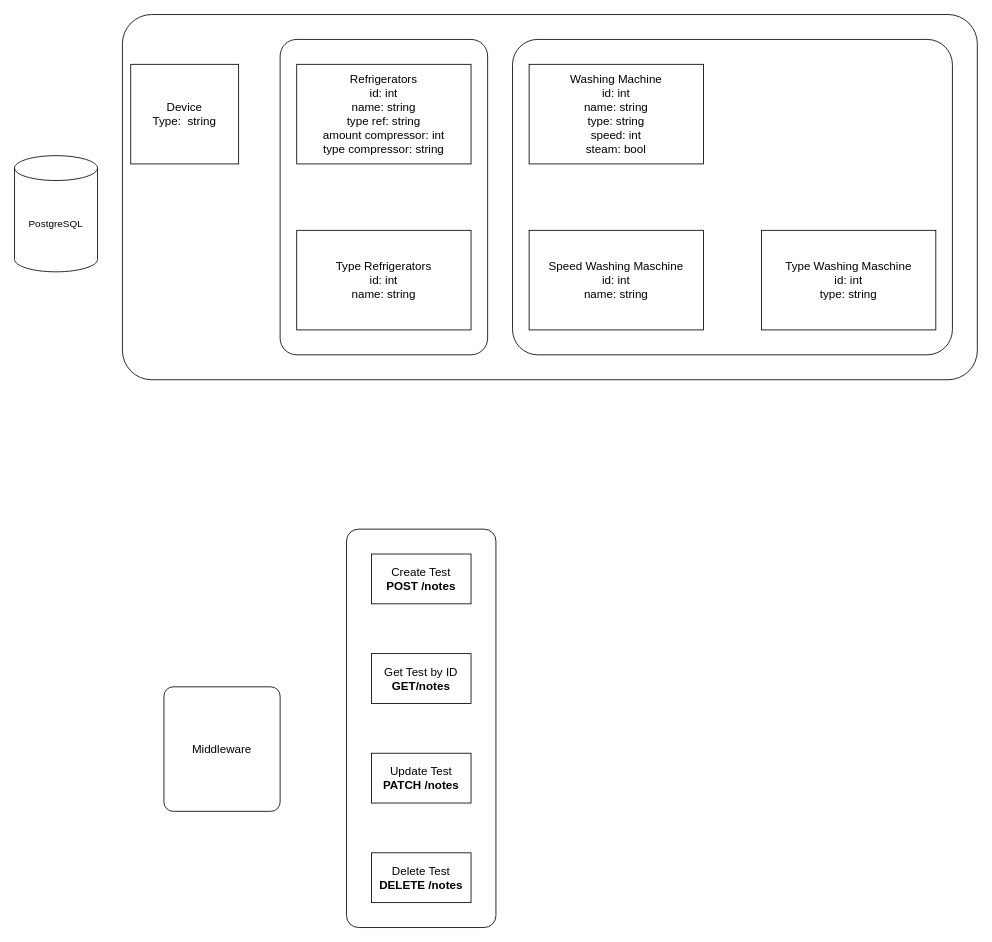
lattecoff/hhapp_testing keeps this draw.io diagram as page "Architecture" (1 of 2) of doc/diagrams.drawio. Above is the earlier version. Source tidied: cells renumbered, new cells numbered last; positions are measured from the earlier drawing's top-left corner, leaving out a move shared by most shapes. Both pictures are drawn from the tidied source at 83%, with x=0, y=0 at pixel (14, 14).
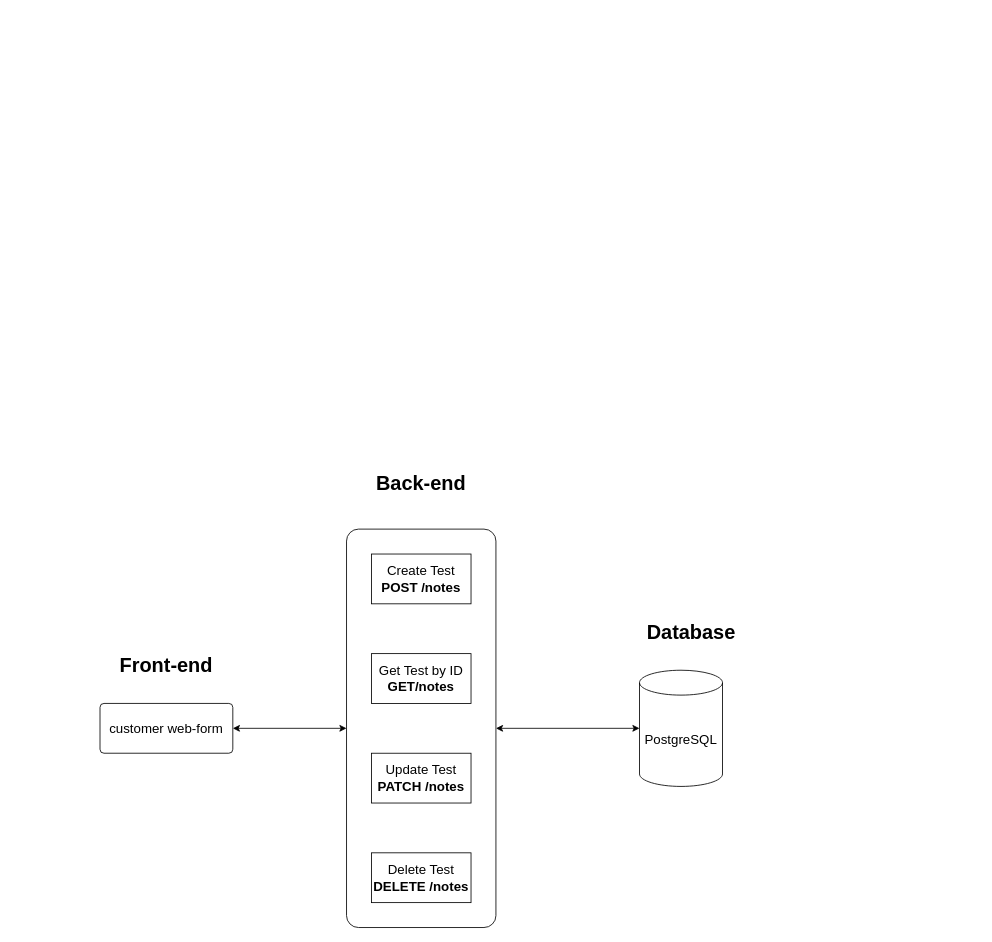
Above is the later version.

Commit message:
Redesign architecture.

Change to the diagram source:
```diff
@@
 <mxGraphModel>
   <root>
     <mxCell id="0" />
     <mxCell id="1" parent="0" />
-    <mxCell id="2" style="rounded=1;whiteSpace=wrap;html=1;fillOpacity=100;arcSize=8;" parent="1" vertex="1">
-      <mxGeometry x="130" width="1030" height="440" as="geometry" />
-    </mxCell>
-    <mxCell id="3" style="rounded=1;whiteSpace=wrap;html=1;arcSize=8;" parent="1" vertex="1">
-      <mxGeometry x="600" y="30" width="530" height="380" as="geometry" />
-    </mxCell>
-    <mxCell id="4" style="rounded=1;whiteSpace=wrap;html=1;arcSize=8;" parent="1" vertex="1">
-      <mxGeometry x="320" y="30" width="250" height="380" as="geometry" />
-    </mxCell>
-    <mxCell id="5" style="rounded=1;whiteSpace=wrap;html=1;arcSize=8;" parent="1" vertex="1">
-      <mxGeometry x="400" y="620" width="180" height="480" as="geometry" />
-    </mxCell>
+    <mxCell id="18" style="rounded=1;whiteSpace=wrap;html=1;arcSize=8;fontSize=16;" parent="1" vertex="1">
+      <mxGeometry x="400" y="620" width="180" height="480" as="geometry" />
+    </mxCell>
-    <mxCell id="6" value="&lt;div style=&quot;font-size: 14px;&quot;&gt;Create Test&lt;/div&gt;&lt;div style=&quot;font-size: 14px;&quot;&gt;&lt;b&gt;POST /notes&lt;/b&gt;&lt;br style=&quot;font-size: 14px;&quot;&gt;&lt;/div&gt;" style="rounded=0;whiteSpace=wrap;html=1;fontSize=14;" parent="1" vertex="1">
+    <mxCell id="6" value="&lt;div style=&quot;font-size: 16px;&quot;&gt;Create Test&lt;/div&gt;&lt;div style=&quot;font-size: 16px;&quot;&gt;&lt;b style=&quot;font-size: 16px;&quot;&gt;POST /notes&lt;/b&gt;&lt;br style=&quot;font-size: 16px;&quot;&gt;&lt;/div&gt;" style="rounded=0;whiteSpace=wrap;html=1;fontSize=16;" parent="1" vertex="1">
       <mxGeometry x="430" y="650" width="120" height="60" as="geometry" />
     </mxCell>
-    <mxCell id="7" value="&lt;div style=&quot;font-size: 14px;&quot;&gt;Get Test by ID&lt;/div&gt;&lt;div style=&quot;font-size: 14px;&quot;&gt;&lt;b&gt;GET/notes&lt;/b&gt;&lt;br style=&quot;font-size: 14px;&quot;&gt;&lt;/div&gt;" style="rounded=0;whiteSpace=wrap;html=1;fontSize=14;" parent="1" vertex="1">
+    <mxCell id="7" value="&lt;div style=&quot;font-size: 16px;&quot;&gt;Get Test by ID&lt;/div&gt;&lt;div style=&quot;font-size: 16px;&quot;&gt;&lt;b style=&quot;font-size: 16px;&quot;&gt;GET/notes&lt;/b&gt;&lt;br style=&quot;font-size: 16px;&quot;&gt;&lt;/div&gt;" style="rounded=0;whiteSpace=wrap;html=1;fontSize=16;" parent="1" vertex="1">
       <mxGeometry x="430" y="770" width="120" height="60" as="geometry" />
     </mxCell>
-    <mxCell id="8" value="&lt;div style=&quot;font-size: 14px;&quot;&gt;Update Test&lt;/div&gt;&lt;div style=&quot;font-size: 14px;&quot;&gt;&lt;b&gt;PATCH /notes&lt;/b&gt;&lt;br style=&quot;font-size: 14px;&quot;&gt;&lt;/div&gt;" style="rounded=0;whiteSpace=wrap;html=1;fontSize=14;" parent="1" vertex="1">
+    <mxCell id="8" value="&lt;div style=&quot;font-size: 16px;&quot;&gt;Update Test&lt;/div&gt;&lt;div style=&quot;font-size: 16px;&quot;&gt;&lt;b style=&quot;font-size: 16px;&quot;&gt;PATCH /notes&lt;/b&gt;&lt;br style=&quot;font-size: 16px;&quot;&gt;&lt;/div&gt;" style="rounded=0;whiteSpace=wrap;html=1;fontSize=16;" parent="1" vertex="1">
       <mxGeometry x="430" y="890" width="120" height="60" as="geometry" />
     </mxCell>
-    <mxCell id="9" value="&lt;div style=&quot;font-size: 14px;&quot;&gt;Delete Test&lt;/div&gt;&lt;div style=&quot;font-size: 14px;&quot;&gt;&lt;b&gt;DELETE /notes&lt;/b&gt;&lt;br style=&quot;font-size: 14px;&quot;&gt;&lt;/div&gt;" style="rounded=0;whiteSpace=wrap;html=1;fontSize=14;" parent="1" vertex="1">
+    <mxCell id="9" value="&lt;div style=&quot;font-size: 16px;&quot;&gt;Delete Test&lt;/div&gt;&lt;div style=&quot;font-size: 16px;&quot;&gt;&lt;b style=&quot;font-size: 16px;&quot;&gt;DELETE /notes&lt;/b&gt;&lt;br style=&quot;font-size: 16px;&quot;&gt;&lt;/div&gt;" style="rounded=0;whiteSpace=wrap;html=1;fontSize=16;" parent="1" vertex="1">
       <mxGeometry x="430" y="1010" width="120" height="60" as="geometry" />
     </mxCell>
-    <mxCell id="10" value="&lt;font style=&quot;font-size: 14px;&quot;&gt;Middleware&lt;/font&gt;" style="rounded=1;whiteSpace=wrap;html=1;arcSize=8;" parent="1" vertex="1">
-      <mxGeometry x="180" y="810" width="140" height="150" as="geometry" />
-    </mxCell>
-    <mxCell id="11" value="PostgreSQL" style="shape=cylinder3;whiteSpace=wrap;html=1;boundedLbl=1;backgroundOutline=1;size=15;" parent="1" vertex="1">
-      <mxGeometry y="170" width="100" height="140" as="geometry" />
+    <mxCell id="11" value="PostgreSQL" style="shape=cylinder3;whiteSpace=wrap;html=1;boundedLbl=1;backgroundOutline=1;size=15;fontSize=16;" parent="1" vertex="1">
+      <mxGeometry x="753" y="790" width="100" height="140" as="geometry" />
     </mxCell>
-    <mxCell id="12" value="&lt;div&gt;Device&lt;/div&gt;&lt;div&gt;Type:&amp;nbsp; string&lt;br&gt;&lt;/div&gt;" style="rounded=0;whiteSpace=wrap;html=1;fontSize=14;" parent="1" vertex="1">
-      <mxGeometry x="140" y="60" width="130" height="120" as="geometry" />
-    </mxCell>
-    <mxCell id="13" value="&lt;div&gt;Refrigerators&lt;/div&gt;&lt;div&gt;id: int&lt;/div&gt;&lt;div&gt;name: string&lt;/div&gt;&lt;div&gt;type ref: string&lt;br&gt;&lt;/div&gt;&lt;div&gt;amount compressor: int&lt;/div&gt;&lt;div&gt;type compressor: string&lt;br&gt;&lt;/div&gt;" style="rounded=0;whiteSpace=wrap;html=1;fontSize=14;" parent="1" vertex="1">
-      <mxGeometry x="340" y="60" width="210" height="120" as="geometry" />
-    </mxCell>
-    <mxCell id="14" value="&lt;div&gt;Washing Machine&lt;br&gt;&lt;/div&gt;&lt;div&gt;id: int&lt;/div&gt;&lt;div&gt;name: string&lt;/div&gt;&lt;div&gt;type: string&lt;br&gt;&lt;/div&gt;&lt;div&gt;speed: int&lt;/div&gt;&lt;div&gt;steam: bool&lt;br&gt;&lt;/div&gt;" style="rounded=0;whiteSpace=wrap;html=1;fontSize=14;" parent="1" vertex="1">
-      <mxGeometry x="620" y="60" width="210" height="120" as="geometry" />
-    </mxCell>
-    <mxCell id="15" value="&lt;div&gt;Type Refrigerators&lt;/div&gt;&lt;div&gt;id: int&lt;/div&gt;&lt;div&gt;name: string&lt;/div&gt;" style="rounded=0;whiteSpace=wrap;html=1;fontSize=14;" parent="1" vertex="1">
-      <mxGeometry x="340" y="260" width="210" height="120" as="geometry" />
-    </mxCell>
-    <mxCell id="16" value="&lt;div&gt;Speed Washing Maschine&lt;br&gt;&lt;/div&gt;&lt;div&gt;id: int&lt;/div&gt;&lt;div&gt;name: string&lt;/div&gt;" style="rounded=0;whiteSpace=wrap;html=1;fontSize=14;" parent="1" vertex="1">
-      <mxGeometry x="620" y="260" width="210" height="120" as="geometry" />
-    </mxCell>
-    <mxCell id="17" value="&lt;div&gt;Type Washing Maschine&lt;br&gt;&lt;/div&gt;&lt;div&gt;id: int&lt;/div&gt;&lt;div&gt;type: string&lt;/div&gt;" style="rounded=0;whiteSpace=wrap;html=1;fontSize=14;" parent="1" vertex="1">
-      <mxGeometry x="900" y="260" width="210" height="120" as="geometry" />
-    </mxCell>
+    <mxCell id="19" value="&lt;font style=&quot;font-size: 16px;&quot;&gt;customer web-form&lt;/font&gt;" style="rounded=1;whiteSpace=wrap;html=1;arcSize=8;fontSize=16;" parent="1" vertex="1">
+      <mxGeometry x="103" y="830" width="160" height="60" as="geometry" />
+    </mxCell>
+    <mxCell id="20" value="&lt;font style=&quot;font-size: 24px;&quot;&gt;Front-end&lt;/font&gt;" style="text;html=1;align=center;verticalAlign=middle;whiteSpace=wrap;rounded=0;fontStyle=1;" parent="1" vertex="1">
+      <mxGeometry x="118" y="770" width="130" height="30" as="geometry" />
+    </mxCell>
+    <mxCell id="21" value="&lt;font style=&quot;font-size: 24px;&quot;&gt;Back-end&lt;/font&gt;" style="text;html=1;align=center;verticalAlign=middle;whiteSpace=wrap;rounded=0;fontStyle=1;" parent="1" vertex="1">
+      <mxGeometry x="425" y="550" width="130" height="30" as="geometry" />
+    </mxCell>
+    <mxCell id="22" value="&lt;font style=&quot;font-size: 24px;&quot;&gt;Database&lt;/font&gt;" style="text;html=1;align=center;verticalAlign=middle;whiteSpace=wrap;rounded=0;fontStyle=1;" parent="1" vertex="1">
+      <mxGeometry x="733" y="720" width="165" height="50" as="geometry" />
+    </mxCell>
+    <mxCell id="23" style="endArrow=classic;startArrow=classic;html=1;rounded=0;exitX=1;exitY=0.5;exitDx=0;exitDy=0;entryX=0;entryY=0.5;entryDx=0;entryDy=0;" parent="1" edge="1" source="19" target="18">
+      <mxGeometry relative="1" as="geometry" />
+    </mxCell>
+    <mxCell id="24" style="endArrow=classic;startArrow=classic;html=1;rounded=0;exitX=1;exitY=0.5;exitDx=0;exitDy=0;entryX=0;entryY=0.5;entryDx=0;entryDy=0;entryPerimeter=0;" parent="1" edge="1" source="18" target="11">
+      <mxGeometry relative="1" as="geometry" />
+    </mxCell>
   </root>
 </mxGraphModel>
```
